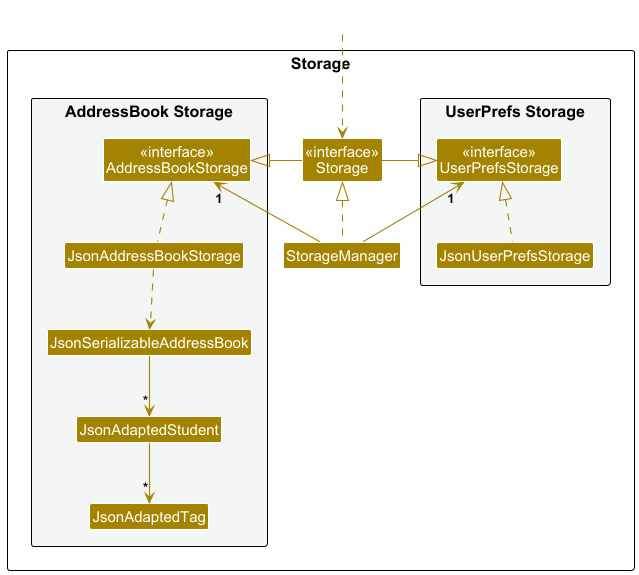
Above: docs/images/StorageClassDiagram.png in nicholasohjj/tp (PlantUML), before the change. Its diagram source:
```plantuml
@startuml
!include style.puml
skinparam arrowThickness 1.1
skinparam arrowColor STORAGE_COLOR
skinparam classBackgroundColor STORAGE_COLOR

package Storage as StoragePackage {

package "UserPrefs Storage" #F4F6F6{
Class "<<interface>>\nUserPrefsStorage" as UserPrefsStorage
Class JsonUserPrefsStorage
}

Class "<<interface>>\nStorage" as Storage
Class StorageManager

package "AddressBook Storage" #F4F6F6{
Class "<<interface>>\nAddressBookStorage" as AddressBookStorage
Class JsonAddressBookStorage
Class JsonSerializableAddressBook
Class JsonAdaptedStudent
Class JsonAdaptedTag
}

}

Class HiddenOutside #FFFFFF
HiddenOutside ..> Storage

StorageManager .up.|> Storage
StorageManager -up-> "1" UserPrefsStorage
StorageManager -up-> "1" AddressBookStorage

Storage -left-|> UserPrefsStorage
Storage -right-|> AddressBookStorage

JsonUserPrefsStorage .up.|> UserPrefsStorage
JsonAddressBookStorage .up.|> AddressBookStorage
JsonAddressBookStorage ..> JsonSerializableAddressBook
JsonSerializableAddressBook --> "*" JsonAdaptedStudent
JsonAdaptedStudent --> "*" JsonAdaptedTag

@enduml
```
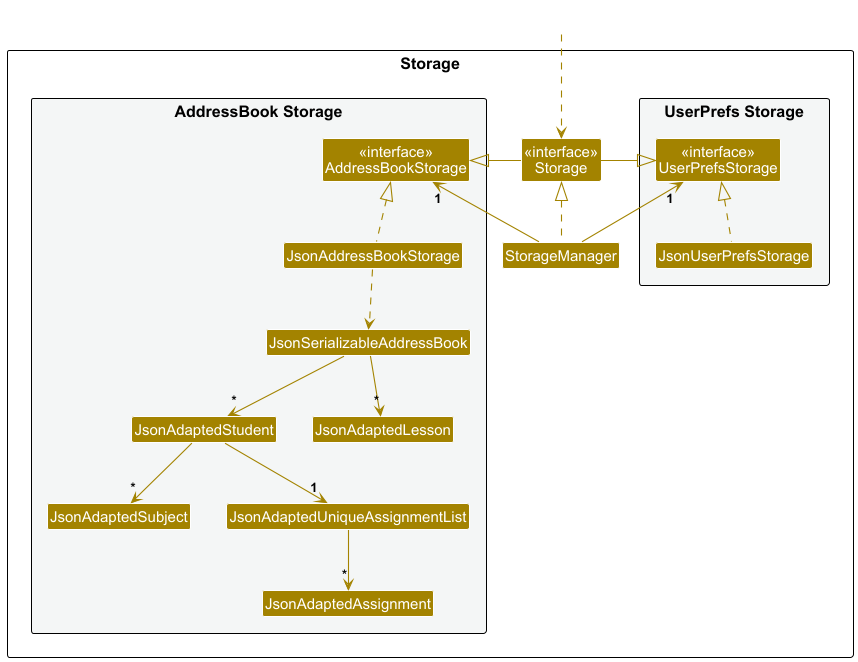
The same file after the commit.

What changed in the source:
```diff
@@ -19,7 +19,10 @@
 Class JsonAddressBookStorage
 Class JsonSerializableAddressBook
 Class JsonAdaptedStudent
-Class JsonAdaptedTag
+Class JsonAdaptedLesson
+Class JsonAdaptedSubject
+Class JsonAdaptedUniqueAssignmentList
+Class JsonAdaptedAssignment
 }
 
 }
@@ -38,6 +41,9 @@
 JsonAddressBookStorage .up.|> AddressBookStorage
 JsonAddressBookStorage ..> JsonSerializableAddressBook
 JsonSerializableAddressBook --> "*" JsonAdaptedStudent
-JsonAdaptedStudent --> "*" JsonAdaptedTag
+JsonSerializableAddressBook --> "*" JsonAdaptedLesson
+JsonAdaptedStudent --> "*" JsonAdaptedSubject
+JsonAdaptedStudent --> "1" JsonAdaptedUniqueAssignmentList
+JsonAdaptedUniqueAssignmentList --> "*" JsonAdaptedAssignment
 
 @enduml
```
